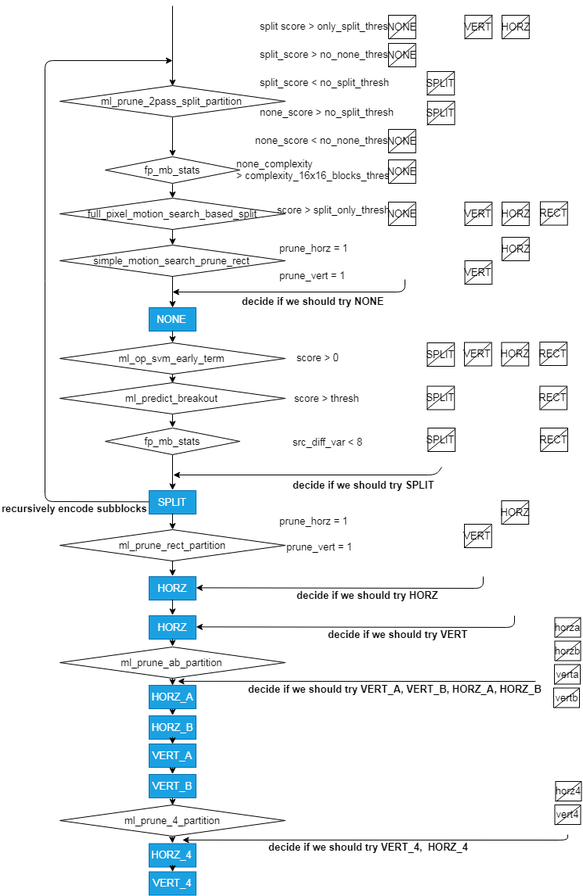
This is source/img/ml_rd_pick.png from epadam/CNN-AV1-intra-encoder, a draw.io export, as it was before one commit. Source tidied: cells renumbered, new cells last; positions are measured from the earlier drawing's top-left corner, leaving out a move shared by most shapes.
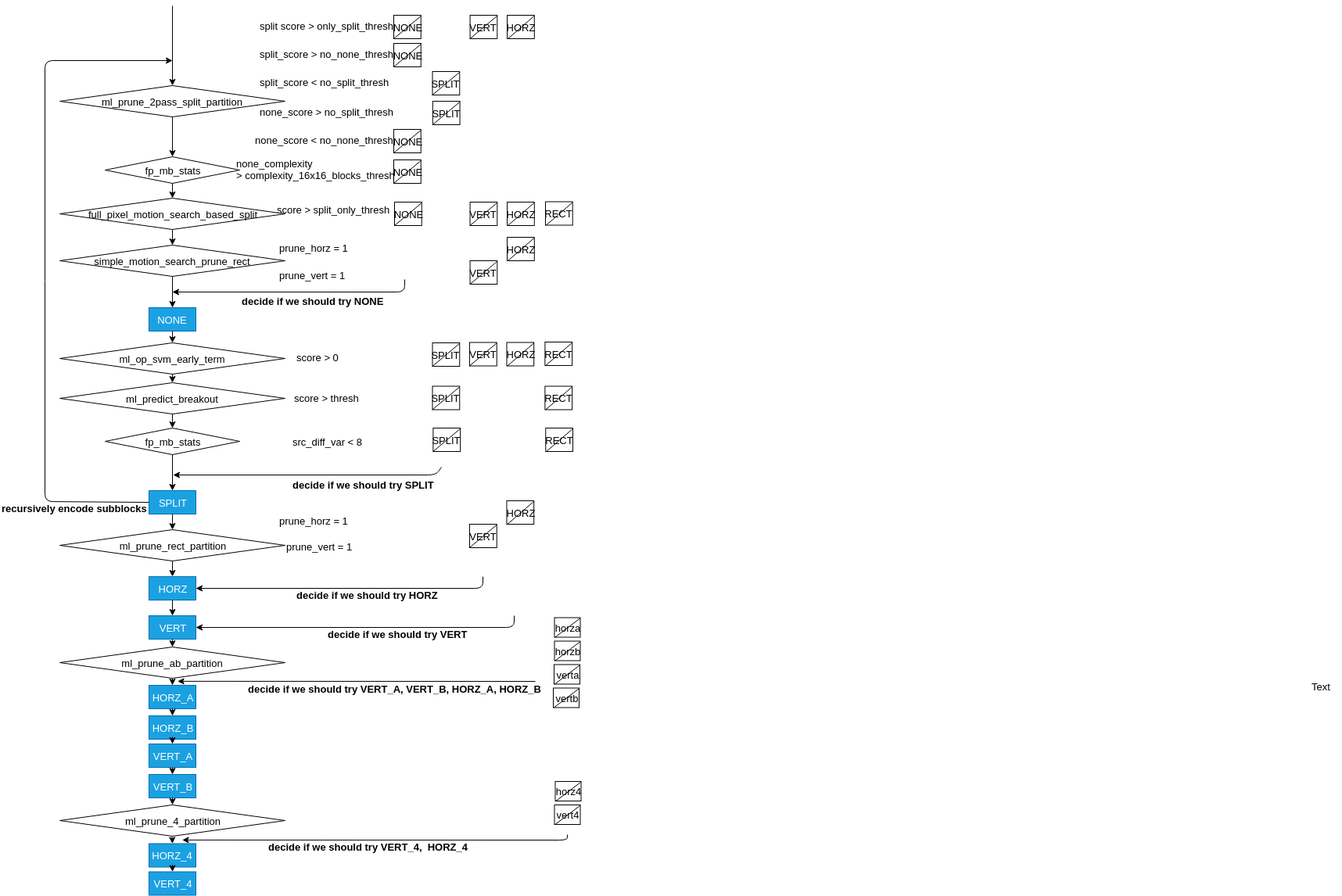
Later version of the same file.

Change to the diagram source:
```diff
@@ -133,7 +133,7 @@
     <mxCell id="40" value="HORZ" style="rounded=0;whiteSpace=wrap;html=1;fillColor=#1ba1e2;strokeColor=#006EAF;fontColor=#ffffff;fontSize=13;" parent="1" vertex="1">
       <mxGeometry x="190" y="730" width="60" height="30" as="geometry" />
     </mxCell>
-    <mxCell id="41" value="HORZ" style="rounded=0;whiteSpace=wrap;html=1;fillColor=#1ba1e2;strokeColor=#006EAF;fontColor=#ffffff;fontSize=13;" parent="1" vertex="1">
+    <mxCell id="41" value="VERT" style="rounded=0;whiteSpace=wrap;html=1;fillColor=#1ba1e2;strokeColor=#006EAF;fontColor=#ffffff;fontSize=13;" parent="1" vertex="1">
       <mxGeometry x="190" y="780" width="60" height="30" as="geometry" />
     </mxCell>
     <mxCell id="42" style="endArrow=classic;html=1;entryX=0.5;entryY=0;entryDx=0;entryDy=0;exitX=0.5;exitY=1;exitDx=0;exitDy=0;fontSize=13;" parent="1" edge="1" source="33" target="40">
@@ -221,7 +221,7 @@
       <mxGeometry relative="1" as="geometry" />
     </mxCell>
     <mxCell id="66" style="group;fontSize=13;" parent="1" vertex="1">
-      <mxGeometry x="496" y="12" width="229" height="681" as="geometry" />
+      <mxGeometry x="503" y="12" width="229" height="681" as="geometry" />
     </mxCell>
     <mxCell id="67" value="VERT" style="rounded=0;whiteSpace=wrap;html=1;fontSize=13;" parent="66" vertex="1">
       <mxGeometry x="97.6" width="34.7" height="30" as="geometry" />
@@ -275,7 +275,7 @@
       <mxGeometry y="239" width="34.7" height="30" as="geometry" />
     </mxCell>
     <mxCell id="84" value="NONE" style="rounded=0;whiteSpace=wrap;html=1;comic=0;fillColor=#FFFFFF;fontSize=13;" parent="83" vertex="1">
-      <mxGeometry width="34.7" height="30" as="geometry" />
+      <mxGeometry x="1" width="34.7" height="30" as="geometry" />
     </mxCell>
     <mxCell id="85" style="endArrow=none;html=1;exitX=1;exitY=0.033;exitDx=0;exitDy=0;exitPerimeter=0;entryX=0;entryY=1;entryDx=0;entryDy=0;entryPerimeter=0;fontSize=13;" parent="83" edge="1" source="84" target="84">
       <mxGeometry relative="1" as="geometry" />
@@ -449,5 +449,8 @@
     <mxCell id="135" value="&lt;b style=&quot;font-size: 13px;&quot;&gt;recursively encode subblocks&amp;nbsp;&lt;/b&gt;" style="text;html=1;fontSize=13;" parent="1" vertex="1">
       <mxGeometry y="628.5" width="190" height="30" as="geometry" />
     </mxCell>
+    <mxCell id="136" value="Text" style="text;html=1;align=left;verticalAlign=top;spacingTop=-4;fontSize=13;" parent="1" vertex="1">
+      <mxGeometry x="1675" y="861" width="40" height="20" as="geometry" />
+    </mxCell>
   </root>
 </mxGraphModel>
```
